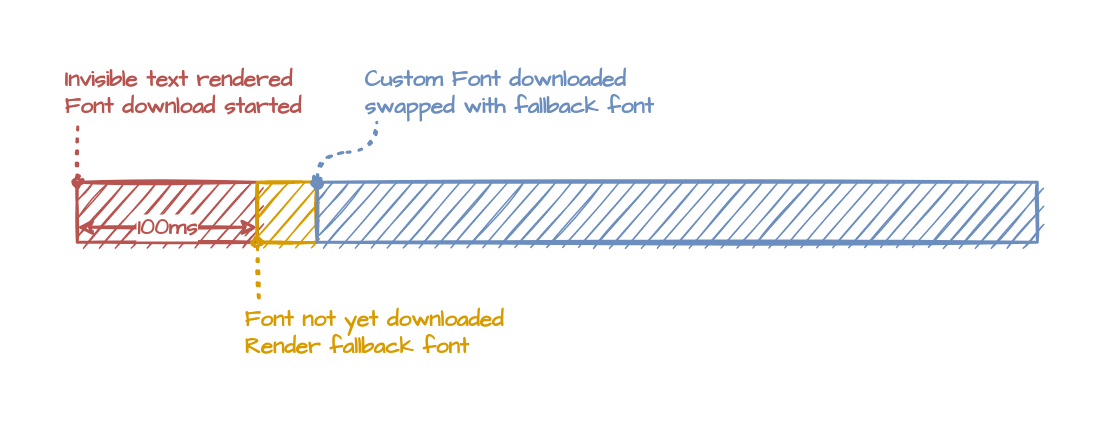
Above: public/img/optimizing-fonts-for-the-web/block-1.png in DaChartreux/try.catch.wtf (draw.io), before the change. Source tidied: cells renumbered, new cells last; positions are measured from the earlier drawing's top-left corner, leaving out a move shared by most shapes. Its diagram source:
```xml
<mxGraphModel>
  <root>
    <mxCell id="0" />
    <mxCell id="1" parent="0" />
    <mxCell id="2" style="rounded=0;whiteSpace=wrap;html=1;shadow=0;glass=0;sketch=1;fillStyle=hachure;strokeColor=#b85450;fillColor=#B85450;strokeWidth=2;" parent="1" vertex="1">
      <mxGeometry x="10" y="80" width="120" height="40" as="geometry" />
    </mxCell>
    <mxCell id="3" style="rounded=0;whiteSpace=wrap;html=1;shadow=0;glass=0;sketch=1;fillColor=#D79B00;strokeColor=#d79b00;fillStyle=hachure;strokeWidth=2;" parent="1" vertex="1">
      <mxGeometry x="130" y="80" width="40" height="40" as="geometry" />
    </mxCell>
    <mxCell id="4" style="rounded=0;whiteSpace=wrap;html=1;shadow=0;glass=0;sketch=1;fillColor=#6C8EBF;strokeColor=#6c8ebf;fillStyle=hachure;strokeWidth=2;" parent="1" vertex="1">
      <mxGeometry x="170" y="80" width="480" height="40" as="geometry" />
    </mxCell>
    <mxCell id="5" style="endArrow=none;dashed=1;html=1;dashPattern=1 3;strokeWidth=2;rounded=0;sketch=1;fontFamily=Roboto Mono;fontSource=https%3A%2F%2Ffonts.googleapis.com%2Fcss%3Ffamily%3DRoboto%2BMono;fontSize=12;fontColor=#D79B00;jumpStyle=none;startArrow=oval;startFill=0;entryX=0.062;entryY=1.004;entryDx=0;entryDy=0;entryPerimeter=0;fillColor=#f8cecc;strokeColor=#b85450;" parent="1" edge="1" target="6">
      <mxGeometry relative="1" as="geometry">
        <mxPoint x="10" y="80" as="sourcePoint" />
      </mxGeometry>
    </mxCell>
    <mxCell id="6" value="Invisible text rendered&lt;br style=&quot;font-size: 15px;&quot;&gt;Font download started" style="text;html=1;align=left;verticalAlign=middle;points=[];fontSize=15;fontFamily=Architects Daughter;sketch=0;shadow=0;fontSource=https%3A%2F%2Ffonts.googleapis.com%2Fcss%3Ffamily%3DArchitects%2BDaughter;fontColor=#B85450;fontStyle=1;strokeWidth=2;" parent="1" vertex="1">
      <mxGeometry width="170" height="40" as="geometry" />
    </mxCell>
    <mxCell id="7" style="endArrow=none;dashed=1;html=1;dashPattern=1 3;strokeWidth=2;rounded=0;sketch=1;fontFamily=Roboto Mono;fontSource=https%3A%2F%2Ffonts.googleapis.com%2Fcss%3Ffamily%3DRoboto%2BMono;fontSize=12;fontColor=#D79B00;jumpStyle=none;startArrow=oval;startFill=0;exitX=0;exitY=1;exitDx=0;exitDy=0;entryX=0.059;entryY=0.002;entryDx=0;entryDy=0;entryPerimeter=0;fillColor=#ffe6cc;strokeColor=#d79b00;" parent="1" edge="1" source="3" target="8">
      <mxGeometry relative="1" as="geometry" />
    </mxCell>
    <mxCell id="8" value="Font not yet downloaded&lt;br style=&quot;font-size: 15px;&quot;&gt;Render fallback font" style="text;html=1;align=left;verticalAlign=middle;points=[];strokeColor=none;fillColor=none;fontSize=15;fontFamily=Architects Daughter;fontColor=#D79B00;sketch=0;shadow=0;fontSource=https%3A%2F%2Ffonts.googleapis.com%2Fcss%3Ffamily%3DArchitects%2BDaughter;fontStyle=1;strokeWidth=2;" parent="1" vertex="1">
      <mxGeometry x="120" y="160" width="190" height="40" as="geometry" />
    </mxCell>
    <mxCell id="9" style="endArrow=none;dashed=1;html=1;dashPattern=1 3;strokeWidth=2;rounded=0;sketch=1;fontFamily=Roboto Mono;fontSource=https%3A%2F%2Ffonts.googleapis.com%2Fcss%3Ffamily%3DRoboto%2BMono;fontSize=12;fontColor=#6C8EBF;jumpStyle=none;startArrow=oval;startFill=0;exitX=1;exitY=0;exitDx=0;exitDy=0;entryX=0.046;entryY=1.002;entryDx=0;entryDy=0;entryPerimeter=0;fillColor=#dae8fc;strokeColor=#6c8ebf;edgeStyle=orthogonalEdgeStyle;curved=1;" parent="1" edge="1" source="3" target="10">
      <mxGeometry relative="1" as="geometry" />
    </mxCell>
    <mxCell id="10" value="Custom Font downloaded&lt;br style=&quot;font-size: 15px;&quot;&gt;swapped with fallback font" style="text;html=1;align=left;verticalAlign=middle;points=[];strokeColor=none;fillColor=none;fontSize=15;fontFamily=Architects Daughter;fontColor=#6C8EBF;sketch=0;shadow=0;fontSource=https%3A%2F%2Ffonts.googleapis.com%2Fcss%3Ffamily%3DArchitects%2BDaughter;fontStyle=1;strokeWidth=2;" parent="1" vertex="1">
      <mxGeometry x="200" width="210" height="40" as="geometry" />
    </mxCell>
    <mxCell id="11" value="100ms" style="endArrow=classic;startArrow=classic;html=1;rounded=0;sketch=1;fontFamily=Architects Daughter;fontSource=https%3A%2F%2Ffonts.googleapis.com%2Fcss%3Ffamily%3DArchitects%2BDaughter;fontSize=15;fontColor=#B85450;jumpStyle=none;exitX=0;exitY=0.75;exitDx=0;exitDy=0;entryX=0;entryY=0.75;entryDx=0;entryDy=0;fillColor=#f8cecc;strokeColor=#b85450;fontStyle=1;strokeWidth=2;" parent="1" edge="1" source="2" target="3">
      <mxGeometry relative="1" as="geometry" />
    </mxCell>
  </root>
</mxGraphModel>
```
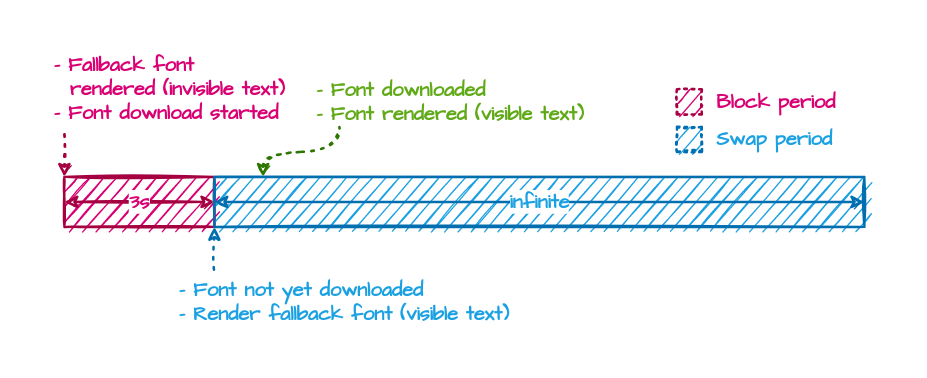
Above is the later version.

Change to the diagram source:
```diff
@@ -2,37 +2,51 @@
   <root>
     <mxCell id="0" />
     <mxCell id="1" parent="0" />
-    <mxCell id="2" style="rounded=0;whiteSpace=wrap;html=1;shadow=0;glass=0;sketch=1;fillStyle=hachure;strokeColor=#b85450;fillColor=#B85450;strokeWidth=2;" parent="1" vertex="1">
+    <mxCell id="2" style="rounded=0;whiteSpace=wrap;html=1;shadow=0;glass=0;sketch=1;fillStyle=hachure;strokeColor=#A50040;fillColor=#d80073;strokeWidth=2;fontColor=#ffffff;fontSize=16;" parent="1" vertex="1">
       <mxGeometry x="10" y="80" width="120" height="40" as="geometry" />
     </mxCell>
-    <mxCell id="3" style="rounded=0;whiteSpace=wrap;html=1;shadow=0;glass=0;sketch=1;fillColor=#D79B00;strokeColor=#d79b00;fillStyle=hachure;strokeWidth=2;" parent="1" vertex="1">
-      <mxGeometry x="130" y="80" width="40" height="40" as="geometry" />
+    <mxCell id="3" style="rounded=0;whiteSpace=wrap;html=1;shadow=0;glass=0;sketch=1;fillColor=#1ba1e2;strokeColor=#006EAF;fillStyle=hachure;strokeWidth=2;fontColor=#ffffff;fontSize=16;" parent="1" vertex="1">
+      <mxGeometry x="130" y="80" width="520" height="40" as="geometry" />
     </mxCell>
-    <mxCell id="4" style="rounded=0;whiteSpace=wrap;html=1;shadow=0;glass=0;sketch=1;fillColor=#6C8EBF;strokeColor=#6c8ebf;fillStyle=hachure;strokeWidth=2;" parent="1" vertex="1">
-      <mxGeometry x="170" y="80" width="480" height="40" as="geometry" />
+    <mxCell id="4" style="endArrow=none;dashed=1;html=1;dashPattern=1 3;strokeWidth=2;rounded=0;sketch=1;fontFamily=Roboto Mono;fontSource=https%3A%2F%2Ffonts.googleapis.com%2Fcss%3Ffamily%3DRoboto%2BMono;fontSize=16;fontColor=#D79B00;jumpStyle=none;startArrow=classic;startFill=1;entryX=0.048;entryY=1.001;entryDx=0;entryDy=0;entryPerimeter=0;fillColor=#d80073;strokeColor=#A50040;edgeStyle=orthogonalEdgeStyle;curved=1;" parent="1" edge="1" target="5">
+      <mxGeometry relative="1" as="geometry">
+        <mxPoint x="10" y="80" as="sourcePoint" />
+      </mxGeometry>
     </mxCell>
-    <mxCell id="5" style="endArrow=none;dashed=1;html=1;dashPattern=1 3;strokeWidth=2;rounded=0;sketch=1;fontFamily=Roboto Mono;fontSource=https%3A%2F%2Ffonts.googleapis.com%2Fcss%3Ffamily%3DRoboto%2BMono;fontSize=12;fontColor=#D79B00;jumpStyle=none;startArrow=oval;startFill=0;entryX=0.062;entryY=1.004;entryDx=0;entryDy=0;entryPerimeter=0;fillColor=#f8cecc;strokeColor=#b85450;" parent="1" edge="1" target="6">
-      <mxGeometry relative="1" as="geometry">
-        <mxPoint x="10" y="80" as="sourcePoint" />
-      </mxGeometry>
+    <mxCell id="5" value="- Fallback font&lt;br&gt;&amp;nbsp; rendered (invisible text)&lt;br&gt;- Font download started" style="text;html=1;align=left;verticalAlign=middle;points=[];fontSize=16;fontFamily=Architects Daughter;sketch=0;shadow=0;fontSource=https%3A%2F%2Ffonts.googleapis.com%2Fcss%3Ffamily%3DArchitects%2BDaughter;fontColor=#D80073;fontStyle=1;strokeWidth=2;" parent="1" vertex="1">
+      <mxGeometry y="-20" width="200" height="60" as="geometry" />
     </mxCell>
-    <mxCell id="6" value="Invisible text rendered&lt;br style=&quot;font-size: 15px;&quot;&gt;Font download started" style="text;html=1;align=left;verticalAlign=middle;points=[];fontSize=15;fontFamily=Architects Daughter;sketch=0;shadow=0;fontSource=https%3A%2F%2Ffonts.googleapis.com%2Fcss%3Ffamily%3DArchitects%2BDaughter;fontColor=#B85450;fontStyle=1;strokeWidth=2;" parent="1" vertex="1">
-      <mxGeometry width="170" height="40" as="geometry" />
+    <mxCell id="6" style="endArrow=none;dashed=1;html=1;dashPattern=1 3;strokeWidth=2;rounded=0;sketch=1;fontFamily=Roboto Mono;fontSource=https%3A%2F%2Ffonts.googleapis.com%2Fcss%3Ffamily%3DRoboto%2BMono;fontSize=16;fontColor=#D79B00;jumpStyle=none;startArrow=classic;startFill=1;exitX=0;exitY=1;exitDx=0;exitDy=0;entryX=0.108;entryY=-0.036;entryDx=0;entryDy=0;entryPerimeter=0;fillColor=#1ba1e2;strokeColor=#006EAF;edgeStyle=orthogonalEdgeStyle;curved=1;" parent="1" edge="1" source="3" target="7">
+      <mxGeometry relative="1" as="geometry" />
     </mxCell>
-    <mxCell id="7" style="endArrow=none;dashed=1;html=1;dashPattern=1 3;strokeWidth=2;rounded=0;sketch=1;fontFamily=Roboto Mono;fontSource=https%3A%2F%2Ffonts.googleapis.com%2Fcss%3Ffamily%3DRoboto%2BMono;fontSize=12;fontColor=#D79B00;jumpStyle=none;startArrow=oval;startFill=0;exitX=0;exitY=1;exitDx=0;exitDy=0;entryX=0.059;entryY=0.002;entryDx=0;entryDy=0;entryPerimeter=0;fillColor=#ffe6cc;strokeColor=#d79b00;" parent="1" edge="1" source="3" target="8">
-      <mxGeometry relative="1" as="geometry" />
+    <mxCell id="7" value="- Font not yet downloaded&lt;br style=&quot;font-size: 16px&quot;&gt;- Render fallback font (visible text)" style="text;html=1;align=left;verticalAlign=middle;points=[];strokeColor=none;fillColor=none;fontSize=16;fontFamily=Architects Daughter;fontColor=#1BA1E2;sketch=0;shadow=0;fontSource=https%3A%2F%2Ffonts.googleapis.com%2Fcss%3Ffamily%3DArchitects%2BDaughter;fontStyle=1;strokeWidth=2;" parent="1" vertex="1">
+      <mxGeometry x="100" y="160" width="280" height="40" as="geometry" />
     </mxCell>
-    <mxCell id="8" value="Font not yet downloaded&lt;br style=&quot;font-size: 15px;&quot;&gt;Render fallback font" style="text;html=1;align=left;verticalAlign=middle;points=[];strokeColor=none;fillColor=none;fontSize=15;fontFamily=Architects Daughter;fontColor=#D79B00;sketch=0;shadow=0;fontSource=https%3A%2F%2Ffonts.googleapis.com%2Fcss%3Ffamily%3DArchitects%2BDaughter;fontStyle=1;strokeWidth=2;" parent="1" vertex="1">
-      <mxGeometry x="120" y="160" width="190" height="40" as="geometry" />
+    <mxCell id="8" style="endArrow=none;dashed=1;html=1;dashPattern=1 3;strokeWidth=2;rounded=0;sketch=1;fontFamily=Roboto Mono;fontSource=https%3A%2F%2Ffonts.googleapis.com%2Fcss%3Ffamily%3DRoboto%2BMono;fontSize=16;fontColor=#97D077;jumpStyle=none;startArrow=classic;startFill=1;exitX=0.075;exitY=0;exitDx=0;exitDy=0;entryX=0.087;entryY=1.004;entryDx=0;entryDy=0;entryPerimeter=0;fillColor=#60a917;strokeColor=#2D7600;edgeStyle=orthogonalEdgeStyle;curved=1;exitPerimeter=0;" parent="1" edge="1" source="3" target="9">
+      <mxGeometry relative="1" as="geometry" />
     </mxCell>
-    <mxCell id="9" style="endArrow=none;dashed=1;html=1;dashPattern=1 3;strokeWidth=2;rounded=0;sketch=1;fontFamily=Roboto Mono;fontSource=https%3A%2F%2Ffonts.googleapis.com%2Fcss%3Ffamily%3DRoboto%2BMono;fontSize=12;fontColor=#6C8EBF;jumpStyle=none;startArrow=oval;startFill=0;exitX=1;exitY=0;exitDx=0;exitDy=0;entryX=0.046;entryY=1.002;entryDx=0;entryDy=0;entryPerimeter=0;fillColor=#dae8fc;strokeColor=#6c8ebf;edgeStyle=orthogonalEdgeStyle;curved=1;" parent="1" edge="1" source="3" target="10">
-      <mxGeometry relative="1" as="geometry" />
+    <mxCell id="9" value="- Font downloaded&lt;br style=&quot;font-size: 16px&quot;&gt;- Font rendered (visible text)" style="text;html=1;align=left;verticalAlign=middle;points=[];strokeColor=none;fillColor=none;fontSize=16;fontFamily=Architects Daughter;fontColor=#60A917;sketch=0;shadow=0;fontSource=https%3A%2F%2Ffonts.googleapis.com%2Fcss%3Ffamily%3DArchitects%2BDaughter;fontStyle=1;strokeWidth=2;" parent="1" vertex="1">
+      <mxGeometry x="210" width="230" height="40" as="geometry" />
     </mxCell>
-    <mxCell id="10" value="Custom Font downloaded&lt;br style=&quot;font-size: 15px;&quot;&gt;swapped with fallback font" style="text;html=1;align=left;verticalAlign=middle;points=[];strokeColor=none;fillColor=none;fontSize=15;fontFamily=Architects Daughter;fontColor=#6C8EBF;sketch=0;shadow=0;fontSource=https%3A%2F%2Ffonts.googleapis.com%2Fcss%3Ffamily%3DArchitects%2BDaughter;fontStyle=1;strokeWidth=2;" parent="1" vertex="1">
-      <mxGeometry x="200" width="210" height="40" as="geometry" />
+    <mxCell id="10" value="3s" style="endArrow=classic;startArrow=classic;html=1;rounded=0;sketch=1;fontFamily=Architects Daughter;fontSource=https%3A%2F%2Ffonts.googleapis.com%2Fcss%3Ffamily%3DArchitects%2BDaughter;fontSize=16;fontColor=#D80073;jumpStyle=none;exitX=0;exitY=0.5;exitDx=0;exitDy=0;fillColor=#d80073;strokeColor=#A50040;fontStyle=1;strokeWidth=2;" parent="1" edge="1" source="2">
+      <mxGeometry relative="1" as="geometry">
+        <mxPoint x="130" y="100" as="targetPoint" />
+      </mxGeometry>
     </mxCell>
-    <mxCell id="11" value="100ms" style="endArrow=classic;startArrow=classic;html=1;rounded=0;sketch=1;fontFamily=Architects Daughter;fontSource=https%3A%2F%2Ffonts.googleapis.com%2Fcss%3Ffamily%3DArchitects%2BDaughter;fontSize=15;fontColor=#B85450;jumpStyle=none;exitX=0;exitY=0.75;exitDx=0;exitDy=0;entryX=0;entryY=0.75;entryDx=0;entryDy=0;fillColor=#f8cecc;strokeColor=#b85450;fontStyle=1;strokeWidth=2;" parent="1" edge="1" source="2" target="3">
-      <mxGeometry relative="1" as="geometry" />
+    <mxCell id="11" style="rounded=0;whiteSpace=wrap;html=1;sketch=1;fontColor=#ffffff;fillColor=#d80073;strokeColor=#A50040;strokeWidth=2;perimeterSpacing=0;dashed=1;dashPattern=1 2;glass=0;arcSize=0;shadow=0;fontSize=16;" parent="1" vertex="1">
+      <mxGeometry x="500" y="10" width="20" height="20" as="geometry" />
     </mxCell>
+    <mxCell id="12" style="rounded=0;whiteSpace=wrap;html=1;sketch=1;fontColor=#ffffff;fillColor=#1ba1e2;strokeColor=#006EAF;strokeWidth=2;perimeterSpacing=0;dashed=1;dashPattern=1 2;glass=0;arcSize=0;shadow=0;fontSize=16;" parent="1" vertex="1">
+      <mxGeometry x="500" y="40" width="20" height="20" as="geometry" />
+    </mxCell>
+    <mxCell id="13" value="infinite" style="endArrow=classic;startArrow=classic;html=1;rounded=0;sketch=1;fontFamily=Architects Daughter;fontSource=https%3A%2F%2Ffonts.googleapis.com%2Fcss%3Ffamily%3DArchitects%2BDaughter;fontSize=16;fontColor=#1BA1E2;jumpStyle=none;exitX=1;exitY=0.5;exitDx=0;exitDy=0;fillColor=#1ba1e2;strokeColor=#006EAF;fontStyle=1;strokeWidth=2;entryX=1;entryY=0.5;entryDx=0;entryDy=0;startFill=1;" parent="1" edge="1" source="2" target="3">
+      <mxGeometry relative="1" as="geometry" />
+    </mxCell>
+    <mxCell id="14" value="Swap period" style="text;html=1;align=left;verticalAlign=middle;strokeColor=none;fillColor=none;fontSize=16;fontFamily=Architects Daughter;fontColor=#1BA1E2;sketch=0;shadow=0;fontSource=https%3A%2F%2Ffonts.googleapis.com%2Fcss%3Ffamily%3DArchitects%2BDaughter;fontStyle=1;strokeWidth=2;" parent="1" vertex="1">
+      <mxGeometry x="530" y="40" width="110" height="20" as="geometry" />
+    </mxCell>
+    <mxCell id="15" value="Block period" style="text;html=1;align=left;verticalAlign=middle;strokeColor=none;fillColor=none;fontSize=16;fontFamily=Architects Daughter;fontColor=#D80073;sketch=0;shadow=0;fontSource=https%3A%2F%2Ffonts.googleapis.com%2Fcss%3Ffamily%3DArchitects%2BDaughter;fontStyle=1;strokeWidth=2;" parent="1" vertex="1">
+      <mxGeometry x="530" y="10" width="110" height="20" as="geometry" />
+    </mxCell>
   </root>
 </mxGraphModel>
```
